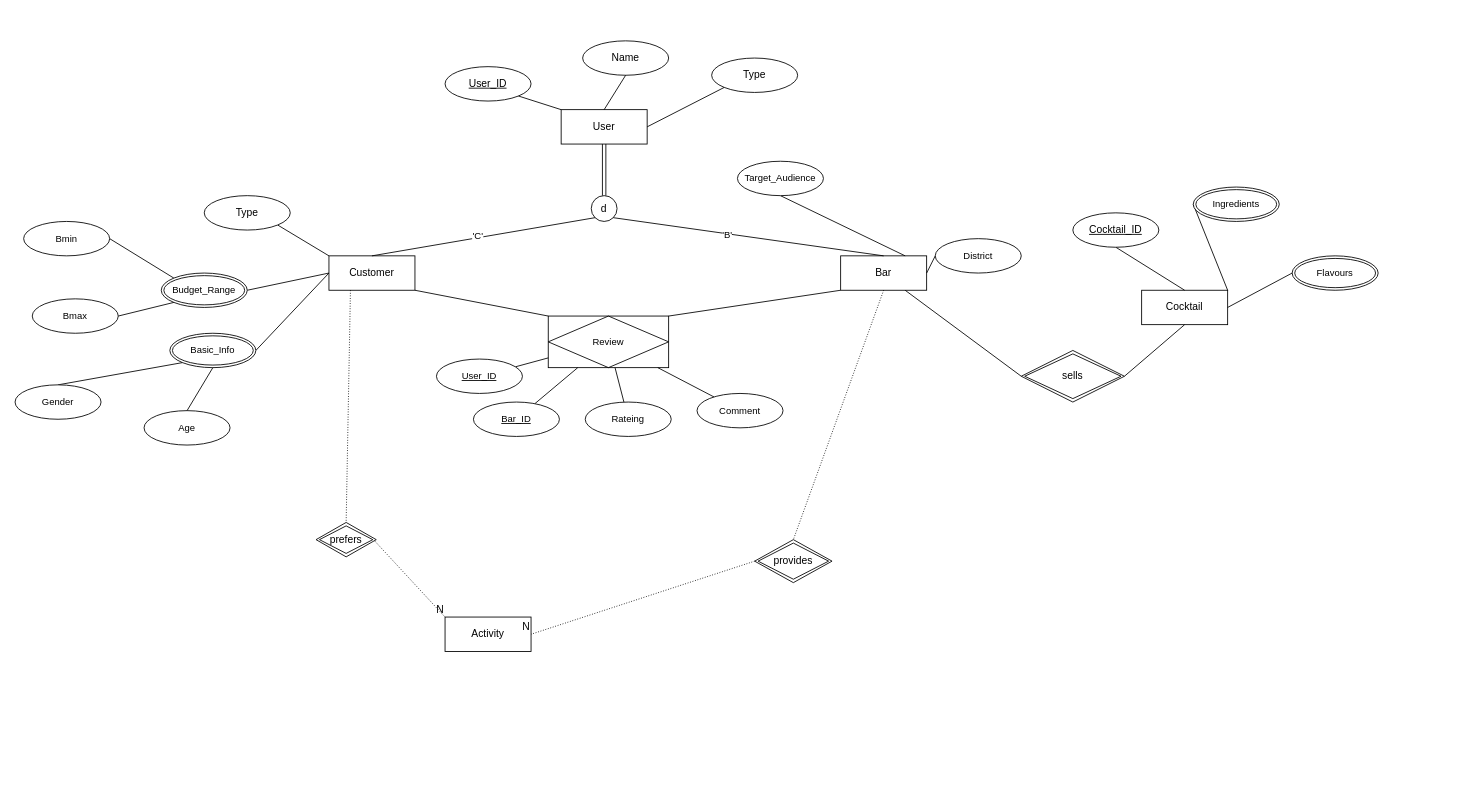
Before: finalProjectERD.drawio in tp12356twNccu/Database_NCCU, a draw.io diagram. Source tidied: cells renumbered, new cells numbered last; positions are measured from the earlier drawing's top-left corner, leaving out a move shared by most shapes. Both pictures are drawn from the tidied source at 86%, with x=0, y=0 at pixel (15, 40).
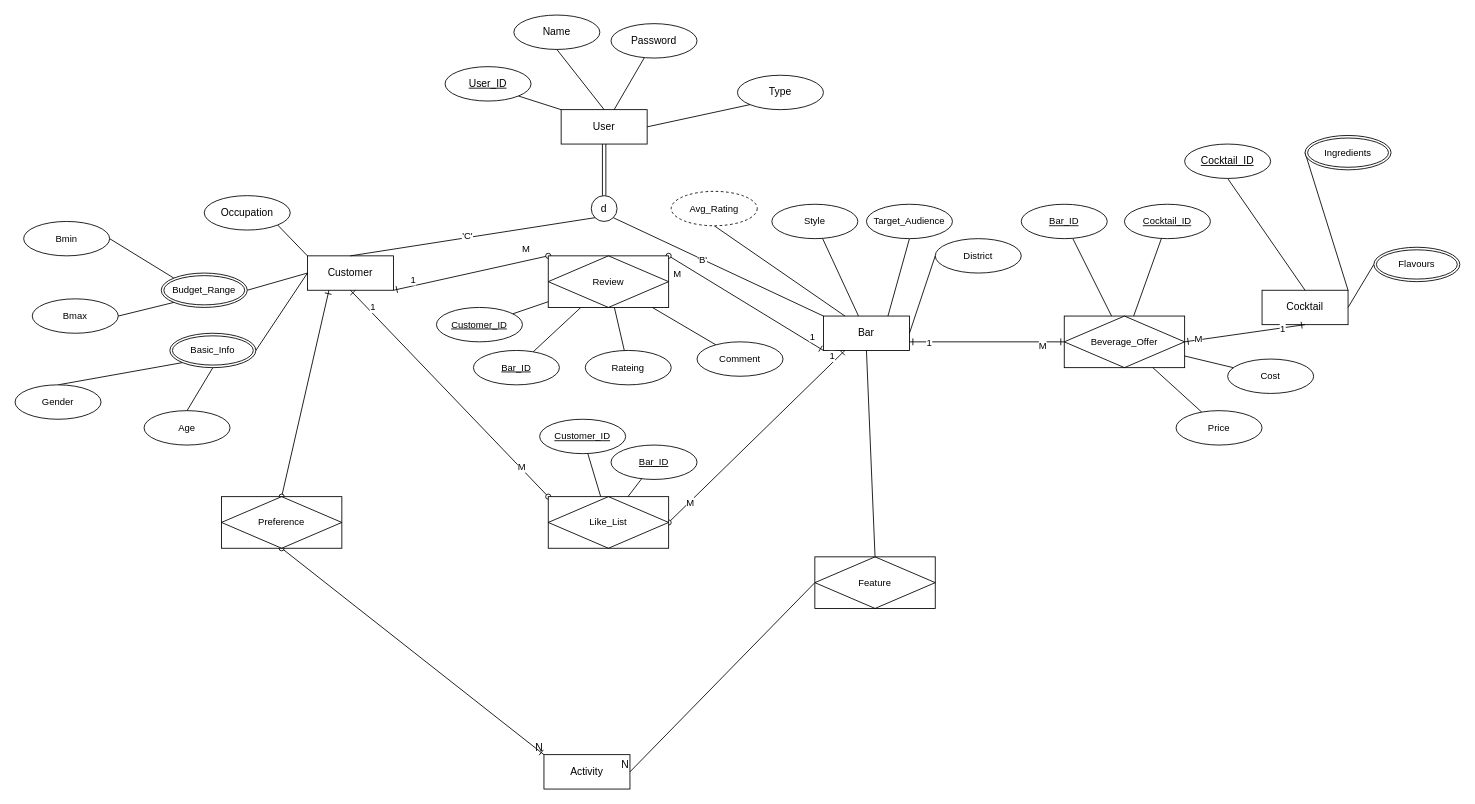
After the change.

The change refers to these unchanged cells:
```xml
<mxCell id="2" value="User" style="whiteSpace=wrap;html=1;align=center;" parent="1" vertex="1">
  <mxGeometry x="635" y="80" width="100" height="40" as="geometry" />
</mxCell>
<mxCell id="6" value="d" style="ellipse;whiteSpace=wrap;html=1;" parent="1" vertex="1">
  <mxGeometry x="670" y="180" width="30" height="30" as="geometry" />
</mxCell>
```

The edit, as a diff of the source:
```diff
@@
     <mxCell id="4" value="Name" style="ellipse;whiteSpace=wrap;html=1;align=center;" parent="1" vertex="1">
-      <mxGeometry x="660" width="100" height="40" as="geometry" />
+      <mxGeometry x="580" y="-30" width="100" height="40" as="geometry" />
     </mxCell>
     <mxCell id="5" value="Type" style="ellipse;whiteSpace=wrap;html=1;align=center;" parent="1" vertex="1">
-      <mxGeometry x="810" y="20" width="100" height="40" as="geometry" />
+      <mxGeometry x="840" y="40" width="100" height="40" as="geometry" />
     </mxCell>
@@
-    <mxCell id="11" style="edgeStyle=none;rounded=0;jettySize=auto;html=1;exitX=1;exitY=1;exitDx=0;exitDy=0;entryX=0;entryY=0;entryDx=0;entryDy=0;strokeColor=default;align=center;verticalAlign=middle;fontFamily=Helvetica;fontSize=11;fontColor=default;labelBackgroundColor=default;endArrow=none;endFill=0;" parent="1" edge="1" source="12" target="58">
+    <mxCell id="11" style="edgeStyle=none;rounded=0;jettySize=auto;html=1;exitX=1;exitY=1;exitDx=0;exitDy=0;entryX=0;entryY=0;entryDx=0;entryDy=0;strokeColor=default;align=center;verticalAlign=middle;fontFamily=Helvetica;fontSize=11;fontColor=default;labelBackgroundColor=default;endArrow=oval;endFill=0;startArrow=ERone;startFill=0;" parent="1" edge="1" source="12" target="58">
       <mxGeometry relative="1" as="geometry" />
     </mxCell>
+    <mxCell id="67" value="1" style="edgeLabel;html=1;align=center;verticalAlign=middle;fontFamily=Helvetica;fontSize=11;fontColor=default;labelBackgroundColor=default;" parent="11" vertex="1">
+      <mxGeometry x="-0.76" y="-3" relative="1" as="geometry">
+        <mxPoint y="-11" as="offset" />
+      </mxGeometry>
+    </mxCell>
+    <mxCell id="68" value="M" style="edgeLabel;html=1;align=center;verticalAlign=middle;fontFamily=Helvetica;fontSize=11;fontColor=default;labelBackgroundColor=default;" parent="11" vertex="1">
+      <mxGeometry x="0.81" relative="1" as="geometry">
+        <mxPoint x="-10" y="-12" as="offset" />
+      </mxGeometry>
+    </mxCell>
     <mxCell id="12" value="Customer" style="whiteSpace=wrap;html=1;align=center;" parent="1" vertex="1">
-      <mxGeometry x="365" y="250" width="100" height="40" as="geometry" />
+      <mxGeometry x="340" y="250" width="100" height="40" as="geometry" />
     </mxCell>
     <mxCell id="13" value="Bar" style="whiteSpace=wrap;html=1;align=center;" parent="1" vertex="1">
-      <mxGeometry x="960" y="250" width="100" height="40" as="geometry" />
+      <mxGeometry x="940" y="320" width="100" height="40" as="geometry" />
     </mxCell>
@@
-    <mxCell id="16" style="endArrow=none;html=1;rounded=0;entryX=0.5;entryY=0;entryDx=0;entryDy=0;exitX=1;exitY=1;exitDx=0;exitDy=0;" parent="1" edge="1" source="6" target="13">
+    <mxCell id="16" style="endArrow=none;html=1;rounded=0;entryX=0;entryY=0;entryDx=0;entryDy=0;exitX=1;exitY=1;exitDx=0;exitDy=0;" parent="1" edge="1" source="6" target="13">
       <mxGeometry relative="1" as="geometry" />
     </mxCell>
@@
     <mxCell id="18" value="Activity" style="whiteSpace=wrap;html=1;align=center;" parent="1" vertex="1">
-      <mxGeometry x="500" y="670" width="100" height="40" as="geometry" />
+      <mxGeometry x="615" y="830" width="100" height="40" as="geometry" />
     </mxCell>
-    <mxCell id="19" style="endArrow=none;html=1;rounded=0;dashed=1;dashPattern=1 2;entryX=0.5;entryY=0;entryDx=0;entryDy=0;exitX=0.25;exitY=1;exitDx=0;exitDy=0;" parent="1" edge="1" source="12" target="21">
+    <mxCell id="19" style="endArrow=oval;html=1;rounded=0;entryX=0.5;entryY=0;entryDx=0;entryDy=0;exitX=0.25;exitY=1;exitDx=0;exitDy=0;startArrow=ERone;startFill=0;endFill=0;" parent="1" edge="1" source="12" target="76">
       <mxGeometry relative="1" as="geometry" />
     </mxCell>
@@
-    <mxCell id="21" value="prefers" style="shape=rhombus;double=1;perimeter=rhombusPerimeter;whiteSpace=wrap;html=1;align=center;" parent="1" vertex="1">
-      <mxGeometry x="350" y="560" width="70" height="40" as="geometry" />
-    </mxCell>
-    <mxCell id="22" style="endArrow=none;html=1;rounded=0;dashed=1;dashPattern=1 2;entryX=0;entryY=0;entryDx=0;entryDy=0;exitX=0.973;exitY=0.536;exitDx=0;exitDy=0;exitPerimeter=0;" parent="1" edge="1" source="21" target="18">
+    <mxCell id="22" style="endArrow=ERone;html=1;rounded=0;entryX=0;entryY=0;entryDx=0;entryDy=0;exitX=0.5;exitY=1;exitDx=0;exitDy=0;startArrow=oval;startFill=0;endFill=0;" parent="1" edge="1" source="76" target="18">
       <mxGeometry relative="1" as="geometry" />
     </mxCell>
@@
-    <mxCell id="24" style="endArrow=none;html=1;rounded=0;dashed=1;dashPattern=1 2;entryX=0.5;entryY=0;entryDx=0;entryDy=0;exitX=0.5;exitY=1;exitDx=0;exitDy=0;" parent="1" edge="1" source="13" target="26">
+    <mxCell id="24" style="endArrow=none;html=1;rounded=0;entryX=0.5;entryY=0;entryDx=0;entryDy=0;exitX=0.5;exitY=1;exitDx=0;exitDy=0;" parent="1" edge="1" source="13" target="88">
       <mxGeometry relative="1" as="geometry" />
     </mxCell>
@@
-    <mxCell id="26" value="provides" style="shape=rhombus;double=1;perimeter=rhombusPerimeter;whiteSpace=wrap;html=1;align=center;" parent="1" vertex="1">
-      <mxGeometry x="860" y="580" width="90" height="50" as="geometry" />
-    </mxCell>
-    <mxCell id="27" style="endArrow=none;html=1;rounded=0;dashed=1;dashPattern=1 2;entryX=1;entryY=0.5;entryDx=0;entryDy=0;exitX=0;exitY=0.5;exitDx=0;exitDy=0;" parent="1" edge="1" source="26" target="18">
+    <mxCell id="27" style="endArrow=none;html=1;rounded=0;entryX=1;entryY=0.5;entryDx=0;entryDy=0;exitX=0;exitY=0.5;exitDx=0;exitDy=0;" parent="1" edge="1" source="88" target="18">
       <mxGeometry relative="1" as="geometry" />
     </mxCell>
@@
     <mxCell id="29" value="Cocktail" style="whiteSpace=wrap;html=1;align=center;" parent="1" vertex="1">
-      <mxGeometry x="1310" y="290" width="100" height="40" as="geometry" />
+      <mxGeometry x="1450" y="290" width="100" height="40" as="geometry" />
     </mxCell>
@@
     <mxCell id="31" value="Cocktail_ID" style="ellipse;whiteSpace=wrap;html=1;align=center;fontStyle=4;" parent="1" vertex="1">
-      <mxGeometry x="1230" y="200" width="100" height="40" as="geometry" />
+      <mxGeometry x="1360" y="120" width="100" height="40" as="geometry" />
     </mxCell>
@@
     <mxCell id="33" value="Ingredients" style="ellipse;shape=doubleEllipse;margin=3;whiteSpace=wrap;html=1;align=center;fontFamily=Helvetica;fontSize=11;fontColor=default;" parent="1" vertex="1">
-      <mxGeometry x="1370" y="170" width="100" height="40" as="geometry" />
+      <mxGeometry x="1500" y="110" width="100" height="40" as="geometry" />
     </mxCell>
@@
     <mxCell id="35" value="Flavours" style="ellipse;shape=doubleEllipse;margin=3;whiteSpace=wrap;html=1;align=center;fontFamily=Helvetica;fontSize=11;fontColor=default;" parent="1" vertex="1">
-      <mxGeometry x="1485" y="250" width="100" height="40" as="geometry" />
+      <mxGeometry x="1580" y="240" width="100" height="40" as="geometry" />
     </mxCell>
-    <mxCell id="36" value="sells" style="shape=rhombus;double=1;perimeter=rhombusPerimeter;whiteSpace=wrap;html=1;align=center;" parent="1" vertex="1">
-      <mxGeometry x="1170" y="360" width="120" height="60" as="geometry" />
-    </mxCell>
-    <mxCell id="37" style="endArrow=none;html=1;rounded=0;entryX=0;entryY=0.5;entryDx=0;entryDy=0;exitX=0.75;exitY=1;exitDx=0;exitDy=0;" parent="1" edge="1" source="13" target="36">
-      <mxGeometry relative="1" as="geometry" />
-    </mxCell>
+    <mxCell id="69" style="edgeStyle=none;rounded=0;jettySize=auto;html=1;exitX=0;exitY=0.5;exitDx=0;exitDy=0;entryX=1;entryY=0.75;entryDx=0;entryDy=0;strokeColor=default;align=center;verticalAlign=middle;fontFamily=Helvetica;fontSize=11;fontColor=default;labelBackgroundColor=default;endArrow=ERone;endFill=0;startArrow=ERone;startFill=0;" parent="1" edge="1" source="89" target="13">
+      <mxGeometry relative="1" as="geometry" />
+    </mxCell>
+    <mxCell id="70" value="1" style="edgeLabel;html=1;align=center;verticalAlign=middle;fontFamily=Helvetica;fontSize=11;fontColor=default;labelBackgroundColor=default;" parent="69" vertex="1">
+      <mxGeometry x="0.76" relative="1" as="geometry" />
+    </mxCell>
+    <mxCell id="71" value="M" style="edgeLabel;html=1;align=center;verticalAlign=middle;fontFamily=Helvetica;fontSize=11;fontColor=default;labelBackgroundColor=default;" parent="69" vertex="1">
+      <mxGeometry x="-0.71" y="4" relative="1" as="geometry" />
+    </mxCell>
-    <mxCell id="38" style="endArrow=none;html=1;rounded=0;entryX=0.5;entryY=1;entryDx=0;entryDy=0;exitX=1;exitY=0.5;exitDx=0;exitDy=0;" parent="1" edge="1" source="36" target="29">
+    <mxCell id="38" style="endArrow=ERone;html=1;rounded=0;entryX=0.5;entryY=1;entryDx=0;entryDy=0;exitX=1;exitY=0.5;exitDx=0;exitDy=0;startArrow=ERone;startFill=0;endFill=0;" parent="1" edge="1" source="89" target="29">
       <mxGeometry relative="1" as="geometry" />
     </mxCell>
+    <mxCell id="72" value="1" style="edgeLabel;html=1;align=center;verticalAlign=middle;fontFamily=Helvetica;fontSize=11;fontColor=default;labelBackgroundColor=default;" parent="38" vertex="1">
+      <mxGeometry x="0.63" y="-1" relative="1" as="geometry" />
+    </mxCell>
+    <mxCell id="73" value="M" style="edgeLabel;html=1;align=center;verticalAlign=middle;fontFamily=Helvetica;fontSize=11;fontColor=default;labelBackgroundColor=default;" parent="38" vertex="1">
+      <mxGeometry x="-0.77" y="1" relative="1" as="geometry" />
+    </mxCell>
@@
-    <mxCell id="40" value="Type" style="ellipse;whiteSpace=wrap;html=1;align=center;" parent="1" vertex="1">
+    <mxCell id="40" value="Occupation" style="ellipse;whiteSpace=wrap;html=1;align=center;" parent="1" vertex="1">
       <mxGeometry x="220" y="180" width="100" height="40" as="geometry" />
     </mxCell>
@@
     <mxCell id="42" value="Target_Audience" style="ellipse;whiteSpace=wrap;html=1;align=center;fontFamily=Helvetica;fontSize=11;fontColor=default;labelBackgroundColor=default;" parent="1" vertex="1">
-      <mxGeometry x="840" y="140" width="100" height="40" as="geometry" />
+      <mxGeometry x="990" y="190" width="100" height="40" as="geometry" />
     </mxCell>
@@
-    <mxCell id="57" style="edgeStyle=none;rounded=0;jettySize=auto;html=1;exitX=1;exitY=0;exitDx=0;exitDy=0;entryX=0;entryY=1;entryDx=0;entryDy=0;strokeColor=default;align=center;verticalAlign=middle;fontFamily=Helvetica;fontSize=11;fontColor=default;labelBackgroundColor=default;endArrow=none;endFill=0;" parent="1" edge="1" source="58" target="13">
+    <mxCell id="57" style="edgeStyle=none;rounded=0;jettySize=auto;html=1;exitX=1;exitY=0;exitDx=0;exitDy=0;entryX=0;entryY=1;entryDx=0;entryDy=0;strokeColor=default;align=center;verticalAlign=middle;fontFamily=Helvetica;fontSize=11;fontColor=default;labelBackgroundColor=default;endArrow=ERone;endFill=0;startArrow=oval;startFill=0;" parent="1" edge="1" source="58" target="13">
       <mxGeometry relative="1" as="geometry" />
     </mxCell>
+    <mxCell id="74" value="1" style="edgeLabel;html=1;align=center;verticalAlign=middle;fontFamily=Helvetica;fontSize=11;fontColor=default;labelBackgroundColor=default;" parent="57" vertex="1">
+      <mxGeometry x="0.85" relative="1" as="geometry">
+        <mxPoint y="-8" as="offset" />
+      </mxGeometry>
+    </mxCell>
+    <mxCell id="75" value="M" style="edgeLabel;html=1;align=center;verticalAlign=middle;fontFamily=Helvetica;fontSize=11;fontColor=default;labelBackgroundColor=default;" parent="57" vertex="1">
+      <mxGeometry x="-0.87" y="2" relative="1" as="geometry">
+        <mxPoint x="-3" y="15" as="offset" />
+      </mxGeometry>
+    </mxCell>
     <mxCell id="58" value="Review" style="shape=associativeEntity;whiteSpace=wrap;html=1;align=center;fontFamily=Helvetica;fontSize=11;fontColor=default;labelBackgroundColor=default;" parent="1" vertex="1">
-      <mxGeometry x="620" y="320" width="140" height="60" as="geometry" />
+      <mxGeometry x="620" y="250" width="140" height="60" as="geometry" />
     </mxCell>
@@
-    <mxCell id="60" value="User_ID" style="ellipse;whiteSpace=wrap;html=1;align=center;fontStyle=4;fontFamily=Helvetica;fontSize=11;fontColor=default;labelBackgroundColor=default;" parent="1" vertex="1">
-      <mxGeometry x="490" y="370" width="100" height="40" as="geometry" />
+    <mxCell id="60" value="Customer_ID" style="ellipse;whiteSpace=wrap;html=1;align=center;fontStyle=4;fontFamily=Helvetica;fontSize=11;fontColor=default;labelBackgroundColor=default;" parent="1" vertex="1">
+      <mxGeometry x="490" y="310" width="100" height="40" as="geometry" />
     </mxCell>
@@
     <mxCell id="62" value="Bar_ID" style="ellipse;whiteSpace=wrap;html=1;align=center;fontStyle=4;fontFamily=Helvetica;fontSize=11;fontColor=default;labelBackgroundColor=default;" parent="1" vertex="1">
-      <mxGeometry x="533" y="420" width="100" height="40" as="geometry" />
+      <mxGeometry x="533" y="360" width="100" height="40" as="geometry" />
     </mxCell>
@@
     <mxCell id="64" value="Comment" style="ellipse;whiteSpace=wrap;html=1;align=center;fontFamily=Helvetica;fontSize=11;fontColor=default;labelBackgroundColor=default;" parent="1" vertex="1">
-      <mxGeometry x="793" y="410" width="100" height="40" as="geometry" />
+      <mxGeometry x="793" y="350" width="100" height="40" as="geometry" />
     </mxCell>
@@
     <mxCell id="66" value="Rateing" style="ellipse;whiteSpace=wrap;html=1;align=center;fontFamily=Helvetica;fontSize=11;fontColor=default;labelBackgroundColor=default;" parent="1" vertex="1">
-      <mxGeometry x="663" y="420" width="100" height="40" as="geometry" />
+      <mxGeometry x="663" y="360" width="100" height="40" as="geometry" />
     </mxCell>
+    <mxCell id="76" value="Preference" style="shape=associativeEntity;whiteSpace=wrap;html=1;align=center;fontFamily=Helvetica;fontSize=11;fontColor=default;labelBackgroundColor=default;" parent="1" vertex="1">
+      <mxGeometry x="240" y="530" width="140" height="60" as="geometry" />
+    </mxCell>
+    <mxCell id="77" style="edgeStyle=none;rounded=0;jettySize=auto;html=1;exitX=0.5;exitY=1;exitDx=0;exitDy=0;entryX=0;entryY=0;entryDx=0;entryDy=0;strokeColor=default;align=center;verticalAlign=middle;fontFamily=Helvetica;fontSize=11;fontColor=default;labelBackgroundColor=default;endArrow=oval;endFill=0;startArrow=ERone;startFill=0;" parent="1" edge="1" source="12" target="83">
+      <mxGeometry relative="1" as="geometry" />
+    </mxCell>
+    <mxCell id="78" value="1" style="edgeLabel;html=1;align=center;verticalAlign=middle;fontFamily=Helvetica;fontSize=11;fontColor=default;labelBackgroundColor=default;" parent="77" vertex="1">
+      <mxGeometry x="-0.76" y="-3" relative="1" as="geometry">
+        <mxPoint y="-11" as="offset" />
+      </mxGeometry>
+    </mxCell>
+    <mxCell id="79" value="M" style="edgeLabel;html=1;align=center;verticalAlign=middle;fontFamily=Helvetica;fontSize=11;fontColor=default;labelBackgroundColor=default;" parent="77" vertex="1">
+      <mxGeometry x="0.81" relative="1" as="geometry">
+        <mxPoint x="-10" y="-12" as="offset" />
+      </mxGeometry>
+    </mxCell>
+    <mxCell id="80" style="edgeStyle=none;rounded=0;jettySize=auto;html=1;exitX=1;exitY=0.5;exitDx=0;exitDy=0;entryX=0.25;entryY=1;entryDx=0;entryDy=0;strokeColor=default;align=center;verticalAlign=middle;fontFamily=Helvetica;fontSize=11;fontColor=default;labelBackgroundColor=default;endArrow=ERone;endFill=0;startArrow=oval;startFill=0;" parent="1" edge="1" source="83" target="13">
+      <mxGeometry relative="1" as="geometry" />
+    </mxCell>
+    <mxCell id="81" value="1" style="edgeLabel;html=1;align=center;verticalAlign=middle;fontFamily=Helvetica;fontSize=11;fontColor=default;labelBackgroundColor=default;" parent="80" vertex="1">
+      <mxGeometry x="0.85" relative="1" as="geometry">
+        <mxPoint y="-8" as="offset" />
+      </mxGeometry>
+    </mxCell>
+    <mxCell id="82" value="M" style="edgeLabel;html=1;align=center;verticalAlign=middle;fontFamily=Helvetica;fontSize=11;fontColor=default;labelBackgroundColor=default;" parent="80" vertex="1">
+      <mxGeometry x="-0.87" y="2" relative="1" as="geometry">
+        <mxPoint x="12" y="-9" as="offset" />
+      </mxGeometry>
+    </mxCell>
+    <mxCell id="83" value="Like_List" style="shape=associativeEntity;whiteSpace=wrap;html=1;align=center;fontFamily=Helvetica;fontSize=11;fontColor=default;labelBackgroundColor=default;" parent="1" vertex="1">
+      <mxGeometry x="620" y="530" width="140" height="60" as="geometry" />
+    </mxCell>
+    <mxCell id="84" style="edgeStyle=none;rounded=0;jettySize=auto;html=1;strokeColor=default;align=center;verticalAlign=middle;fontFamily=Helvetica;fontSize=11;fontColor=default;labelBackgroundColor=default;endArrow=none;endFill=0;" parent="1" edge="1" source="85" target="83">
+      <mxGeometry relative="1" as="geometry" />
+    </mxCell>
+    <mxCell id="85" value="Customer_ID" style="ellipse;whiteSpace=wrap;html=1;align=center;fontStyle=4;fontFamily=Helvetica;fontSize=11;fontColor=default;labelBackgroundColor=default;" parent="1" vertex="1">
+      <mxGeometry x="610" y="440" width="100" height="40" as="geometry" />
+    </mxCell>
+    <mxCell id="86" style="edgeStyle=none;rounded=0;jettySize=auto;html=1;strokeColor=default;align=center;verticalAlign=middle;fontFamily=Helvetica;fontSize=11;fontColor=default;labelBackgroundColor=default;endArrow=none;endFill=0;" parent="1" edge="1" source="87" target="83">
+      <mxGeometry relative="1" as="geometry" />
+    </mxCell>
+    <mxCell id="87" value="Bar_ID" style="ellipse;whiteSpace=wrap;html=1;align=center;fontStyle=4;fontFamily=Helvetica;fontSize=11;fontColor=default;labelBackgroundColor=default;" parent="1" vertex="1">
+      <mxGeometry x="693" y="470" width="100" height="40" as="geometry" />
+    </mxCell>
+    <mxCell id="88" value="Feature" style="shape=associativeEntity;whiteSpace=wrap;html=1;align=center;fontFamily=Helvetica;fontSize=11;fontColor=default;labelBackgroundColor=default;" parent="1" vertex="1">
+      <mxGeometry x="930" y="600" width="140" height="60" as="geometry" />
+    </mxCell>
+    <mxCell id="89" value="Beverage_Offer" style="shape=associativeEntity;whiteSpace=wrap;html=1;align=center;fontFamily=Helvetica;fontSize=11;fontColor=default;labelBackgroundColor=default;" parent="1" vertex="1">
+      <mxGeometry x="1220" y="320" width="140" height="60" as="geometry" />
+    </mxCell>
+    <mxCell id="90" style="edgeStyle=none;rounded=0;jettySize=auto;html=1;strokeColor=default;align=center;verticalAlign=middle;fontFamily=Helvetica;fontSize=11;fontColor=default;labelBackgroundColor=default;endArrow=none;endFill=0;" parent="1" edge="1" source="91" target="89">
+      <mxGeometry relative="1" as="geometry" />
+    </mxCell>
+    <mxCell id="91" value="Price" style="ellipse;whiteSpace=wrap;html=1;align=center;fontFamily=Helvetica;fontSize=11;fontColor=default;labelBackgroundColor=default;" parent="1" vertex="1">
+      <mxGeometry x="1350" y="430" width="100" height="40" as="geometry" />
+    </mxCell>
+    <mxCell id="92" style="edgeStyle=none;rounded=0;jettySize=auto;html=1;strokeColor=default;align=center;verticalAlign=middle;fontFamily=Helvetica;fontSize=11;fontColor=default;labelBackgroundColor=default;endArrow=none;endFill=0;" parent="1" edge="1" source="93" target="89">
+      <mxGeometry relative="1" as="geometry" />
+    </mxCell>
+    <mxCell id="93" value="Cost" style="ellipse;whiteSpace=wrap;html=1;align=center;fontFamily=Helvetica;fontSize=11;fontColor=default;labelBackgroundColor=default;" parent="1" vertex="1">
+      <mxGeometry x="1410" y="370" width="100" height="40" as="geometry" />
+    </mxCell>
+    <mxCell id="94" style="edgeStyle=none;rounded=0;jettySize=auto;html=1;strokeColor=default;align=center;verticalAlign=middle;fontFamily=Helvetica;fontSize=11;fontColor=default;labelBackgroundColor=default;endArrow=none;endFill=0;" parent="1" edge="1" source="95" target="89">
+      <mxGeometry relative="1" as="geometry" />
+    </mxCell>
+    <mxCell id="95" value="Cocktail_ID" style="ellipse;whiteSpace=wrap;html=1;align=center;fontStyle=4;fontFamily=Helvetica;fontSize=11;fontColor=default;labelBackgroundColor=default;" parent="1" vertex="1">
+      <mxGeometry x="1290" y="190" width="100" height="40" as="geometry" />
+    </mxCell>
+    <mxCell id="96" style="edgeStyle=none;rounded=0;jettySize=auto;html=1;strokeColor=default;align=center;verticalAlign=middle;fontFamily=Helvetica;fontSize=11;fontColor=default;labelBackgroundColor=default;endArrow=none;endFill=0;" parent="1" edge="1" source="97" target="89">
+      <mxGeometry relative="1" as="geometry" />
+    </mxCell>
+    <mxCell id="97" value="Bar_ID" style="ellipse;whiteSpace=wrap;html=1;align=center;fontStyle=4;fontFamily=Helvetica;fontSize=11;fontColor=default;labelBackgroundColor=default;" parent="1" vertex="1">
+      <mxGeometry x="1170" y="190" width="100" height="40" as="geometry" />
+    </mxCell>
+    <mxCell id="98" style="edgeStyle=none;rounded=0;jettySize=auto;html=1;strokeColor=default;align=center;verticalAlign=middle;fontFamily=Helvetica;fontSize=11;fontColor=default;labelBackgroundColor=default;endArrow=none;endFill=0;" parent="1" edge="1" source="99" target="13">
+      <mxGeometry relative="1" as="geometry" />
+    </mxCell>
+    <mxCell id="99" value="Style" style="ellipse;whiteSpace=wrap;html=1;align=center;fontFamily=Helvetica;fontSize=11;fontColor=default;labelBackgroundColor=default;" parent="1" vertex="1">
+      <mxGeometry x="880" y="190" width="100" height="40" as="geometry" />
+    </mxCell>
+    <mxCell id="100" style="edgeStyle=none;rounded=0;jettySize=auto;html=1;exitX=0.5;exitY=1;exitDx=0;exitDy=0;entryX=0.25;entryY=0;entryDx=0;entryDy=0;strokeColor=default;align=center;verticalAlign=middle;fontFamily=Helvetica;fontSize=11;fontColor=default;labelBackgroundColor=default;endArrow=none;endFill=0;" parent="1" edge="1" source="101" target="13">
+      <mxGeometry relative="1" as="geometry" />
+    </mxCell>
+    <mxCell id="101" value="Avg_Rating" style="ellipse;whiteSpace=wrap;html=1;align=center;dashed=1;fontFamily=Helvetica;fontSize=11;fontColor=default;labelBackgroundColor=default;" parent="1" vertex="1">
+      <mxGeometry x="763" y="175" width="100" height="40" as="geometry" />
+    </mxCell>
+    <mxCell id="102" style="edgeStyle=none;rounded=0;jettySize=auto;html=1;strokeColor=default;align=center;verticalAlign=middle;fontFamily=Helvetica;fontSize=11;fontColor=default;labelBackgroundColor=default;endArrow=none;endFill=0;" parent="1" edge="1" source="103" target="2">
+      <mxGeometry relative="1" as="geometry" />
+    </mxCell>
+    <mxCell id="103" value="Password" style="ellipse;whiteSpace=wrap;html=1;align=center;" parent="1" vertex="1">
+      <mxGeometry x="693" y="-20" width="100" height="40" as="geometry" />
+    </mxCell>
```
